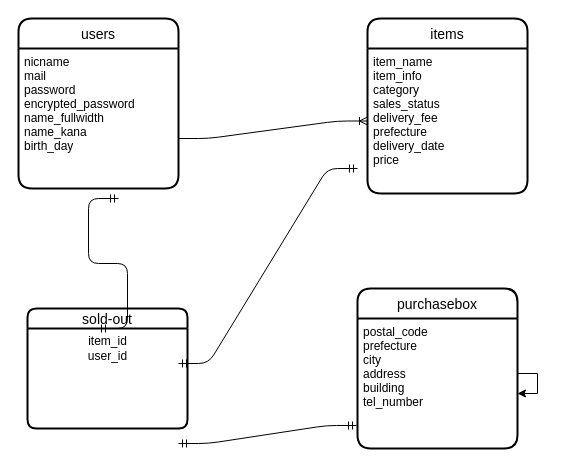
Before: test.dio in keita-nakamura30/furima-32907, a draw.io diagram. Source tidied: cells renumbered, new cells numbered last; positions are measured from the earlier drawing's top-left corner, leaving out a move shared by most shapes. Both pictures are drawn from the tidied source at 100%, with x=0, y=0 at pixel (18, 18).
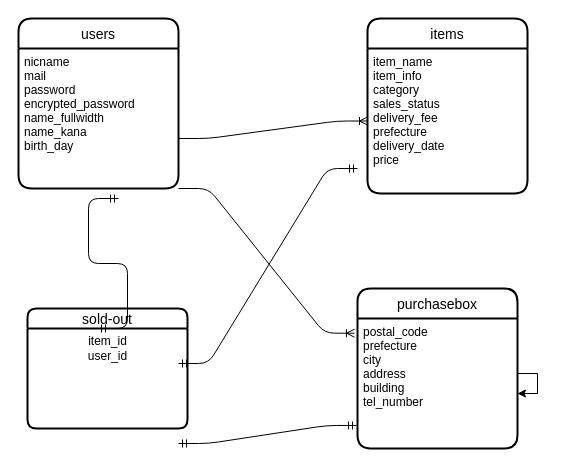
After the change.

Change to the diagram source:
```diff
@@
 <mxGraphModel>
   <root>
     <mxCell id="0" />
     <mxCell id="1" parent="0" />
     <mxCell id="2" value="users" style="swimlane;horizontal=1;startSize=30;rounded=1;fontSize=14;fontStyle=0;strokeWidth=2;shadow=0;dashed=0;align=center;" parent="1" vertex="1">
       <mxGeometry width="160" height="170" as="geometry" />
     </mxCell>
     <mxCell id="3" value="nicname &#10;mail&#10;password&#10;encrypted_password&#10;name_fullwidth&#10;name_kana&#10;birth_day&#10;" style="align=left;strokeColor=none;fillColor=none;spacingLeft=4;fontSize=12;verticalAlign=top;" parent="2" vertex="1">
       <mxGeometry y="30" width="160" height="140" as="geometry" />
     </mxCell>
     <mxCell id="4" value="items" style="swimlane;horizontal=1;startSize=30;rounded=1;fontSize=14;fontStyle=0;strokeWidth=2;shadow=0;dashed=0;align=center;" parent="1" vertex="1">
       <mxGeometry x="349" width="160" height="175" as="geometry" />
     </mxCell>
     <mxCell id="5" value="item_name&#10;item_info&#10;category&#10;sales_status&#10;delivery_fee&#10;prefecture&#10;delivery_date&#10;price" style="align=left;strokeColor=none;fillColor=none;spacingLeft=4;fontSize=12;verticalAlign=top;" parent="4" vertex="1">
       <mxGeometry y="30" width="160" height="145" as="geometry" />
     </mxCell>
     <mxCell id="6" value="purchasebox" style="swimlane;horizontal=1;startSize=30;rounded=1;fontSize=14;fontStyle=0;strokeWidth=2;shadow=0;dashed=0;align=center;" parent="1" vertex="1">
       <mxGeometry x="339" y="270" width="160" height="160" as="geometry" />
     </mxCell>
     <mxCell id="7" value="postal_code&#10;prefecture&#10;city&#10;address&#10;building&#10;tel_number" style="align=left;strokeColor=none;fillColor=none;spacingLeft=4;fontSize=12;verticalAlign=top;" parent="6" vertex="1">
       <mxGeometry y="30" width="160" height="130" as="geometry" />
     </mxCell>
     <mxCell id="8" style="edgeStyle=orthogonalEdgeStyle;rounded=0;orthogonalLoop=1;jettySize=auto;html=1;" parent="6" edge="1" source="7" target="7">
       <mxGeometry relative="1" as="geometry" />
     </mxCell>
     <mxCell id="9" value="sold-out" style="swimlane;horizontal=1;startSize=20;rounded=1;fontSize=14;fontStyle=0;strokeWidth=2;shadow=0;dashed=0;align=center;" parent="1" vertex="1">
       <mxGeometry x="9" y="290" width="160" height="120" as="geometry" />
     </mxCell>
     <mxCell id="10" value="item_id&lt;br&gt;user_id&lt;br&gt;" style="text;html=1;align=center;verticalAlign=middle;" parent="1" vertex="1">
       <mxGeometry x="64" y="315" width="50" height="30" as="geometry" />
     </mxCell>
     <mxCell id="11" style="edgeStyle=entityRelationEdgeStyle;fontSize=12;html=1;endArrow=ERoneToMany;entryX=0;entryY=0.5;entryDx=0;entryDy=0;" parent="1" edge="1" target="5">
       <mxGeometry relative="1" as="geometry">
         <mxPoint x="160" y="120" as="sourcePoint" />
       </mxGeometry>
     </mxCell>
     <mxCell id="12" style="edgeStyle=entityRelationEdgeStyle;fontSize=12;html=1;endArrow=ERmandOne;startArrow=ERmandOne;" parent="1" edge="1">
       <mxGeometry relative="1" as="geometry">
         <mxPoint x="79" y="310" as="sourcePoint" />
         <mxPoint x="100" y="180" as="targetPoint" />
       </mxGeometry>
     </mxCell>
     <mxCell id="13" style="edgeStyle=entityRelationEdgeStyle;fontSize=12;html=1;endArrow=ERmandOne;startArrow=ERmandOne;" parent="1" edge="1">
       <mxGeometry relative="1" as="geometry">
         <mxPoint x="160" y="345" as="sourcePoint" />
         <mxPoint x="339" y="150" as="targetPoint" />
       </mxGeometry>
     </mxCell>
     <mxCell id="14" style="edgeStyle=entityRelationEdgeStyle;fontSize=12;html=1;endArrow=ERmandOne;startArrow=ERmandOne;entryX=-0.006;entryY=0.823;entryDx=0;entryDy=0;entryPerimeter=0;" parent="1" edge="1" target="7">
       <mxGeometry relative="1" as="geometry">
         <mxPoint x="160" y="425" as="sourcePoint" />
       </mxGeometry>
     </mxCell>
+    <mxCell id="15" style="edgeStyle=entityRelationEdgeStyle;fontSize=12;html=1;endArrow=ERoneToMany;entryX=-0.019;entryY=0.113;entryDx=0;entryDy=0;entryPerimeter=0;exitX=1;exitY=1;exitDx=0;exitDy=0;" parent="1" edge="1" source="3" target="7">
+      <mxGeometry relative="1" as="geometry" />
+    </mxCell>
   </root>
 </mxGraphModel>
```
